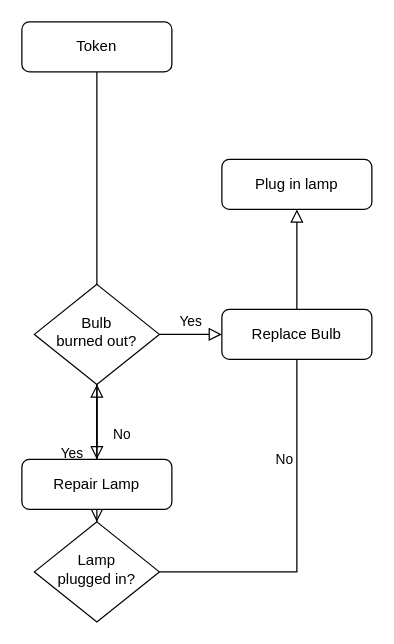
The draw.io diagram Diagram Tanpa Judul.drawio in apidong/apidong, before the edit. Source tidied: cells renumbered, new cells numbered last; positions are measured from the earlier drawing's top-left corner, leaving out a move shared by most shapes. Both pictures are drawn from the tidied source at 125%, with x=0, y=0 at pixel (21, 21).
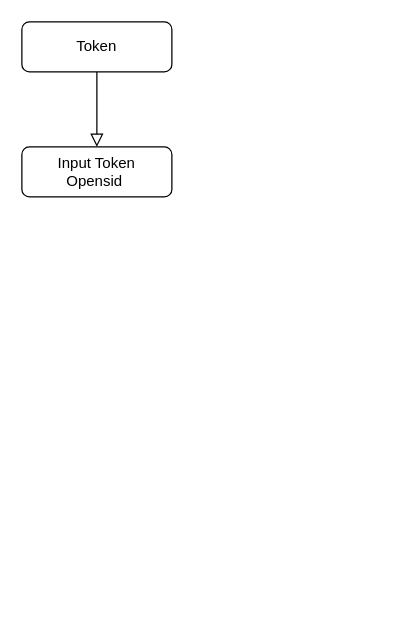
After the change.

Diff of the diagram source:
```diff
@@
 <mxGraphModel>
   <root>
     <mxCell id="0" />
     <mxCell id="1" parent="0" />
-    <mxCell id="2" style="rounded=0;html=1;jettySize=auto;fontSize=11;endArrow=block;endFill=0;endSize=8;strokeWidth=1;shadow=0;labelBackgroundColor=none;edgeStyle=orthogonalEdgeStyle;" parent="1" edge="1" source="3" target="6">
-      <mxGeometry relative="1" as="geometry" />
+    <mxCell id="2" style="rounded=0;html=1;jettySize=auto;fontSize=11;endArrow=block;endFill=0;endSize=8;strokeWidth=1;shadow=0;labelBackgroundColor=none;edgeStyle=orthogonalEdgeStyle;" parent="1" edge="1" source="3">
+      <mxGeometry relative="1" as="geometry">
+        <mxPoint x="60" y="100" as="targetPoint" />
+      </mxGeometry>
     </mxCell>
     <mxCell id="3" value="Token" style="rounded=1;whiteSpace=wrap;html=1;fontSize=12;glass=0;strokeWidth=1;shadow=0;" parent="1" vertex="1">
       <mxGeometry width="120" height="40" as="geometry" />
     </mxCell>
-    <mxCell id="4" value="Yes" style="rounded=0;html=1;jettySize=auto;fontSize=11;endArrow=block;endFill=0;endSize=8;strokeWidth=1;shadow=0;labelBackgroundColor=none;edgeStyle=orthogonalEdgeStyle;" parent="1" edge="1" source="6" target="10">
-      <mxGeometry y="20" relative="1" as="geometry" />
-    </mxCell>
-    <mxCell id="5" value="No" style="edgeStyle=orthogonalEdgeStyle;rounded=0;html=1;jettySize=auto;fontSize=11;endArrow=block;endFill=0;endSize=8;strokeWidth=1;shadow=0;labelBackgroundColor=none;" parent="1" edge="1" source="6" target="7">
-      <mxGeometry y="10" relative="1" as="geometry" />
-    </mxCell>
-    <mxCell id="6" value="Lamp&lt;br&gt;plugged in?" style="rhombus;whiteSpace=wrap;html=1;shadow=0;fontFamily=Helvetica;fontSize=12;align=center;strokeWidth=1;spacing=6;spacingTop=-4;" parent="1" vertex="1">
-      <mxGeometry x="10" y="400" width="100" height="80" as="geometry" />
-    </mxCell>
-    <mxCell id="7" value="Plug in lamp" style="rounded=1;whiteSpace=wrap;html=1;fontSize=12;glass=0;strokeWidth=1;shadow=0;" parent="1" vertex="1">
-      <mxGeometry x="160" y="110" width="120" height="40" as="geometry" />
-    </mxCell>
-    <mxCell id="8" value="No" style="rounded=0;html=1;jettySize=auto;fontSize=11;endArrow=block;endFill=0;endSize=8;strokeWidth=1;shadow=0;labelBackgroundColor=none;edgeStyle=orthogonalEdgeStyle;" parent="1" edge="1" source="10" target="11">
-      <mxGeometry x="0.33" y="20" relative="1" as="geometry" />
-    </mxCell>
-    <mxCell id="9" value="Yes" style="edgeStyle=orthogonalEdgeStyle;rounded=0;html=1;jettySize=auto;fontSize=11;endArrow=block;endFill=0;endSize=8;strokeWidth=1;shadow=0;labelBackgroundColor=none;" parent="1" edge="1" source="10" target="12">
-      <mxGeometry y="10" relative="1" as="geometry" />
-    </mxCell>
-    <mxCell id="10" value="Bulb&lt;br&gt;burned out?" style="rhombus;whiteSpace=wrap;html=1;shadow=0;fontFamily=Helvetica;fontSize=12;align=center;strokeWidth=1;spacing=6;spacingTop=-4;" parent="1" vertex="1">
-      <mxGeometry x="10" y="210" width="100" height="80" as="geometry" />
-    </mxCell>
-    <mxCell id="11" value="Repair Lamp" style="rounded=1;whiteSpace=wrap;html=1;fontSize=12;glass=0;strokeWidth=1;shadow=0;" parent="1" vertex="1">
-      <mxGeometry y="350" width="120" height="40" as="geometry" />
+    <mxCell id="11" value="Input Token&lt;br&gt;Opensid&amp;nbsp;" style="rounded=1;whiteSpace=wrap;html=1;fontSize=12;glass=0;strokeWidth=1;shadow=0;" parent="1" vertex="1">
+      <mxGeometry y="100" width="120" height="40" as="geometry" />
     </mxCell>
-    <mxCell id="12" value="Replace Bulb" style="rounded=1;whiteSpace=wrap;html=1;fontSize=12;glass=0;strokeWidth=1;shadow=0;" parent="1" vertex="1">
-      <mxGeometry x="160" y="230" width="120" height="40" as="geometry" />
-    </mxCell>
   </root>
 </mxGraphModel>
```
